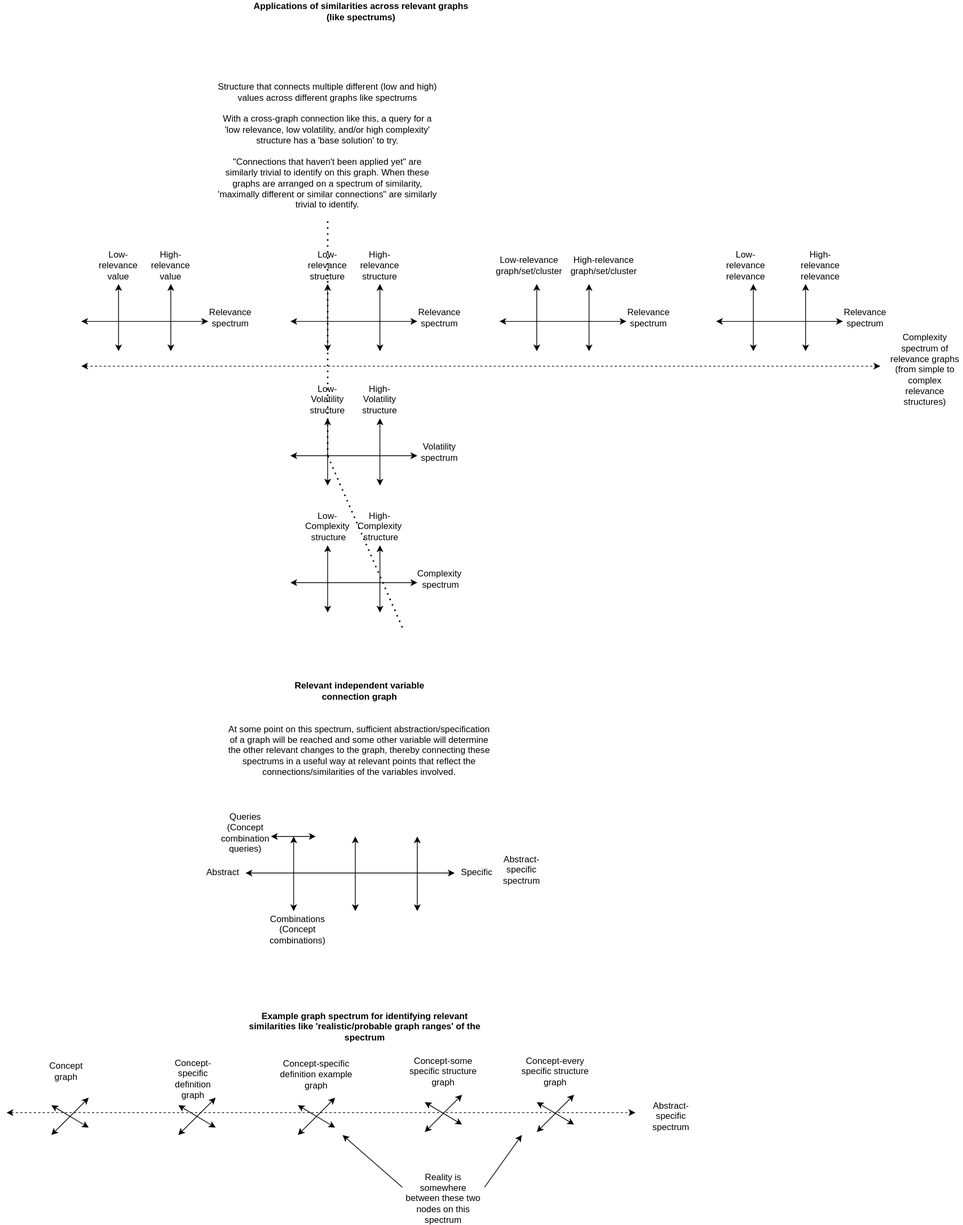
This is docs/objects/cross_relevance_graph_similarities.drawio.svg from outdreamer/build-a-cure, a draw.io export, as it was before one commit. Source tidied: cells renumbered, new cells last; positions are measured from the earlier drawing's top-left corner, leaving out a move shared by most shapes.
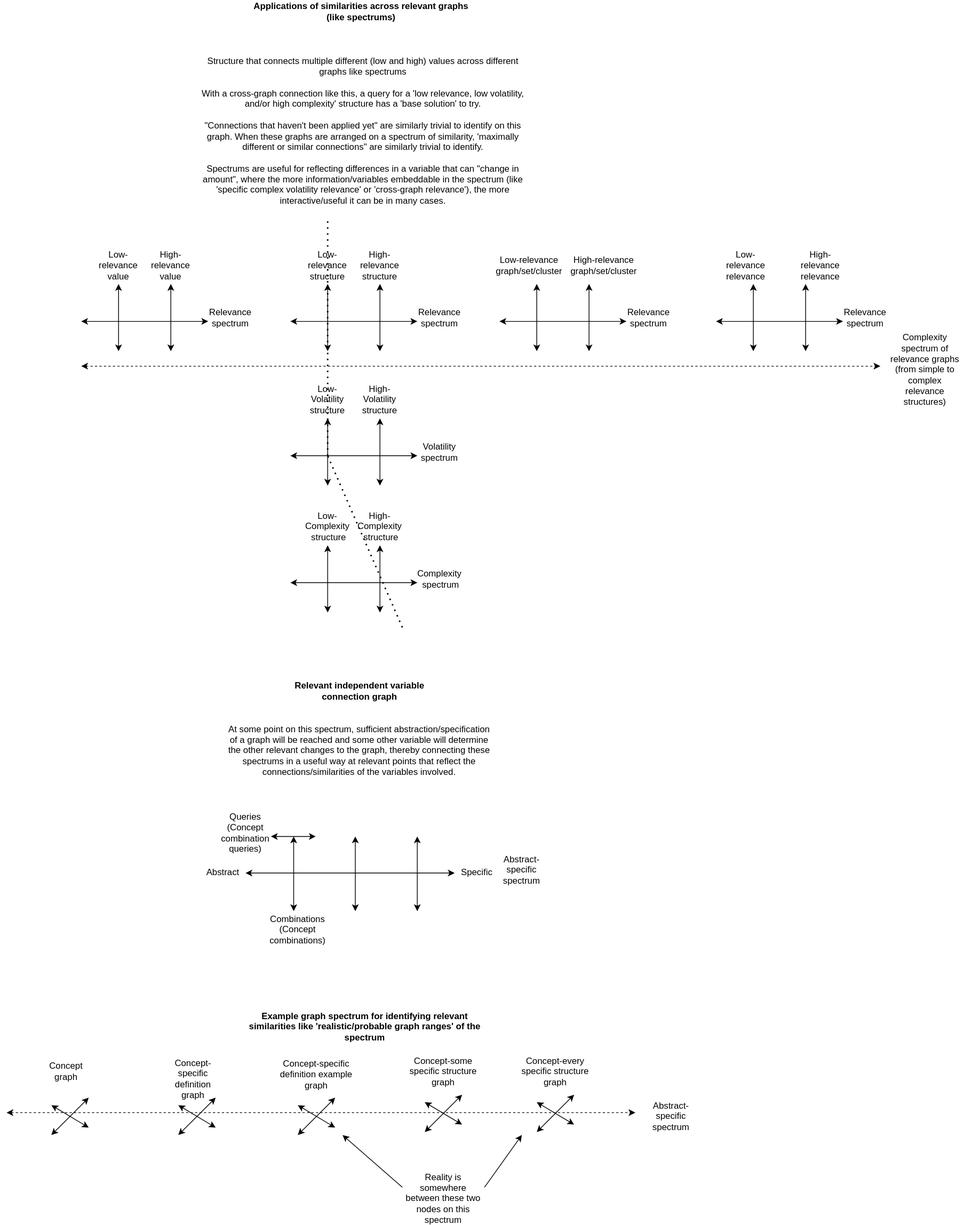
The same file after the commit.

Diff of the diagram source:
```diff
@@ -149,8 +149,8 @@
         <mxPoint x="430" y="610" as="targetPoint" />
       </mxGeometry>
     </mxCell>
-    <mxCell id="34" value="Structure that connects multiple different (low and high) values across different graphs like spectrums&lt;br&gt;&lt;br&gt;With a cross-graph connection like this, a query for a 'low relevance, low volatility, and/or high complexity' structure has a 'base solution' to try.&lt;br&gt;&lt;br&gt;&quot;Connections that haven't been applied yet&quot; are similarly trivial to identify on this graph. When these graphs are arranged on a spectrum of similarity, 'maximally different or similar connections&quot; are similarly trivial to identify." style="text;html=1;strokeColor=none;fillColor=none;align=center;verticalAlign=middle;whiteSpace=wrap;rounded=0;" parent="1" vertex="1">
-      <mxGeometry x="280" y="180" width="300" height="30" as="geometry" />
+    <mxCell id="34" value="Structure that connects multiple different (low and high) values across different graphs like spectrums&lt;br&gt;&lt;br&gt;With a cross-graph connection like this, a query for a 'low relevance, low volatility, and/or high complexity' structure has a 'base solution' to try.&lt;br&gt;&lt;br&gt;&quot;Connections that haven't been applied yet&quot; are similarly trivial to identify on this graph. When these graphs are arranged on a spectrum of similarity, 'maximally different or similar connections&quot; are similarly trivial to identify.&lt;br&gt;&lt;br&gt;Spectrums are useful for reflecting differences in a variable that can &quot;change in amount&quot;, where the more information/variables embeddable in the spectrum (like 'specific complex volatility relevance' or 'cross-graph relevance'), the more interactive/useful it can be in many cases." style="text;html=1;strokeColor=none;fillColor=none;align=center;verticalAlign=middle;whiteSpace=wrap;rounded=0;" parent="1" vertex="1">
+      <mxGeometry x="250" y="160" width="455" height="30" as="geometry" />
     </mxCell>
     <mxCell id="35" value="Applications of similarities across relevant graphs (like spectrums)" style="text;html=1;strokeColor=none;fillColor=none;align=center;verticalAlign=middle;whiteSpace=wrap;rounded=0;fontStyle=1;" parent="1" vertex="1">
       <mxGeometry x="320" width="310" height="30" as="geometry" />
```
